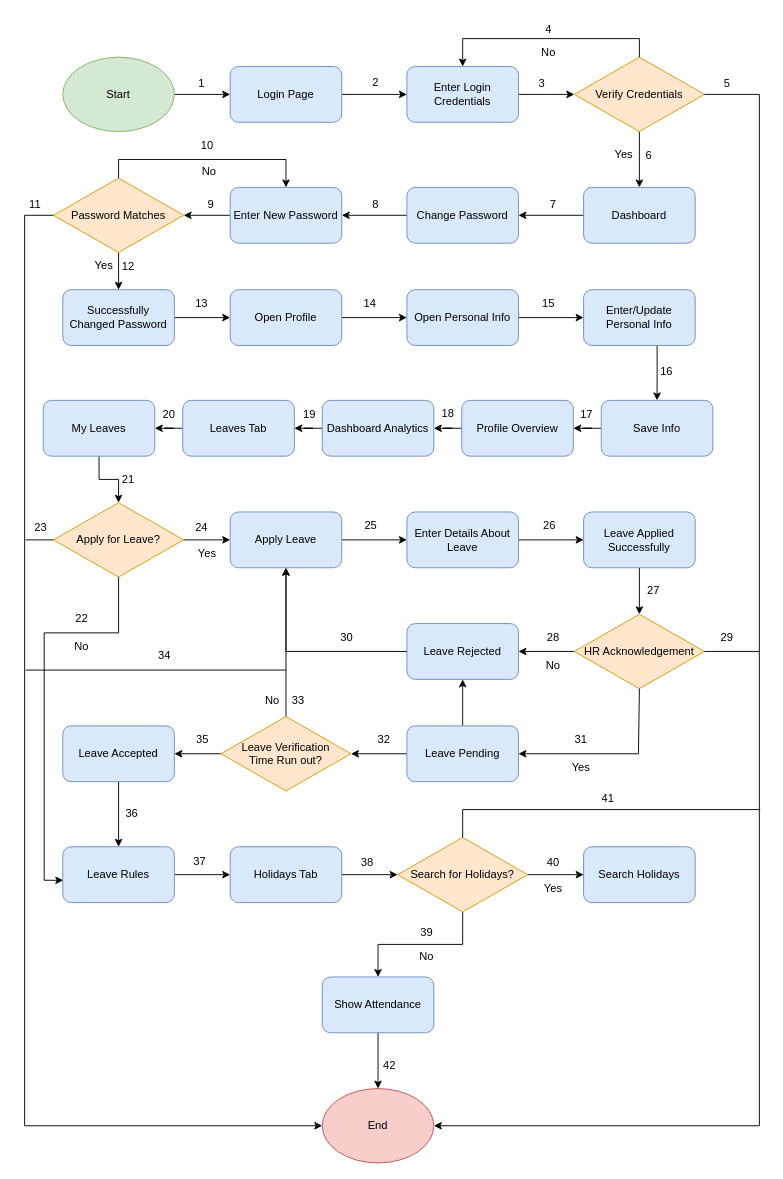
Before: Untitled Diagram.drawio in salman141/SQAProject, a draw.io diagram. Source tidied: cells renumbered, new cells numbered last; positions are measured from the earlier drawing's top-left corner, leaving out a move shared by most shapes. Both pictures are drawn from the tidied source at 93%, with x=0, y=0 at pixel (16, 16).
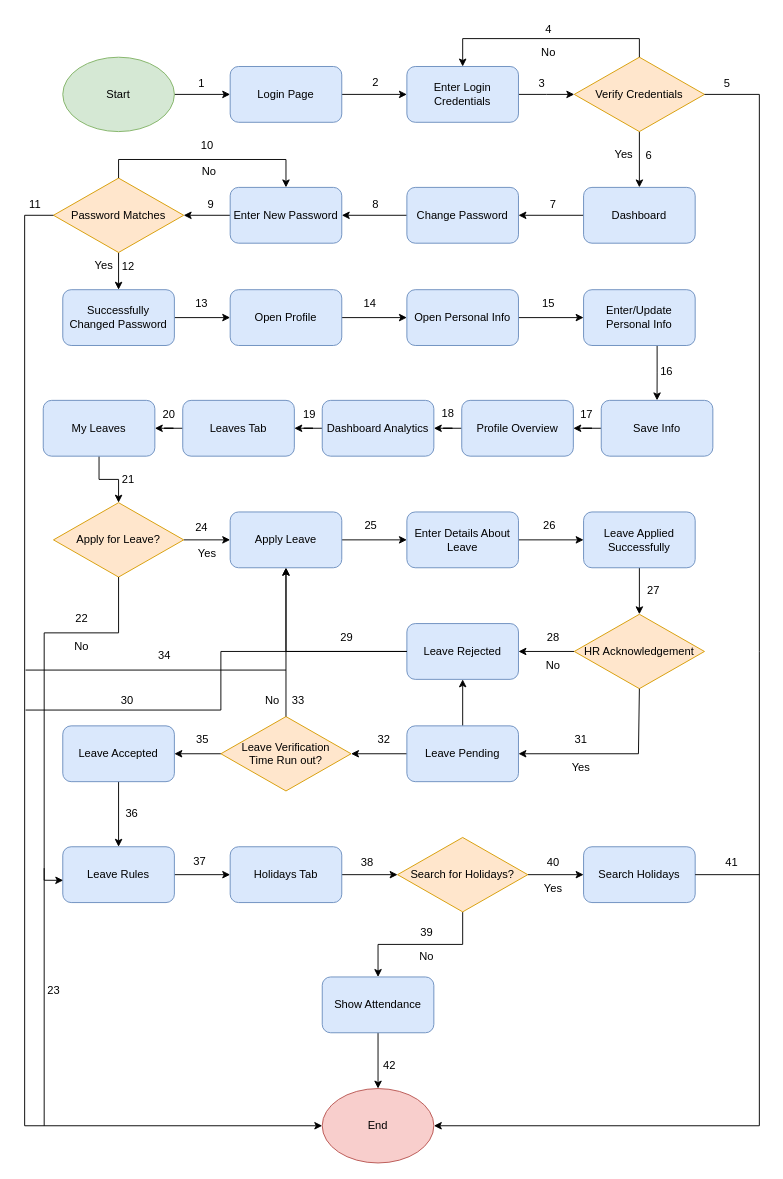
After the change.

Unchanged cells that the change refers to:
```xml
<mxCell id="39" value="Apply for Leave?" style="rhombus;whiteSpace=wrap;html=1;fillColor=#ffe6cc;strokeColor=#d79b00;" parent="1" vertex="1">
  <mxGeometry x="40" y="523" width="140" height="80" as="geometry" />
</mxCell>
<mxCell id="47" value="HR Acknowledgement" style="rhombus;whiteSpace=wrap;html=1;fillColor=#ffe6cc;strokeColor=#d79b00;" parent="1" vertex="1">
  <mxGeometry x="600" y="643" width="140" height="80" as="geometry" />
</mxCell>
<mxCell id="48" value="Leave Rejected" style="rounded=1;whiteSpace=wrap;html=1;fillColor=#dae8fc;strokeColor=#6c8ebf;" parent="1" vertex="1">
  <mxGeometry x="420" y="653" width="120" height="60" as="geometry" />
</mxCell>
<mxCell id="67" value="Search for Holidays?" style="rhombus;whiteSpace=wrap;html=1;fillColor=#ffe6cc;strokeColor=#d79b00;" parent="1" vertex="1">
  <mxGeometry x="410" y="883" width="140" height="80" as="geometry" />
</mxCell>
<mxCell id="68" value="Search Holidays" style="rounded=1;whiteSpace=wrap;html=1;fillColor=#dae8fc;strokeColor=#6c8ebf;" parent="1" vertex="1">
  <mxGeometry x="610" y="893" width="120" height="60" as="geometry" />
</mxCell>
<mxCell id="73" value="End" style="ellipse;whiteSpace=wrap;html=1;fillColor=#f8cecc;strokeColor=#b85450;" parent="1" vertex="1">
  <mxGeometry x="329" y="1153" width="120" height="80" as="geometry" />
</mxCell>
```

What changed in the source:
```diff
@@
-    <mxCell id="72" style="endArrow=classic;html=1;rounded=0;entryX=1;entryY=0.5;entryDx=0;entryDy=0;exitX=1;exitY=0.5;exitDx=0;exitDy=0;" parent="1" edge="1" source="47" target="73">
+    <mxCell id="72" style="endArrow=classic;html=1;rounded=0;entryX=1;entryY=0.5;entryDx=0;entryDy=0;" parent="1" edge="1" target="73">
       <mxGeometry relative="1" as="geometry">
+        <mxPoint x="799" y="683" as="sourcePoint" />
         <Array as="points">
           <mxPoint x="799" y="683" />
           <mxPoint x="799" y="1193" />
         </Array>
       </mxGeometry>
     </mxCell>
@@
-    <mxCell id="76" style="endArrow=none;html=1;rounded=0;exitX=0.5;exitY=0;exitDx=0;exitDy=0;" parent="1" edge="1" source="67">
-      <mxGeometry relative="1" as="geometry">
-        <mxPoint x="800" y="853" as="targetPoint" />
-        <Array as="points">
-          <mxPoint x="480" y="853" />
-        </Array>
-      </mxGeometry>
-    </mxCell>
@@
     <mxCell id="100" value="23" style="text;html=1;align=center;verticalAlign=middle;strokeColor=none;fillColor=none;" parent="1" vertex="1">
-      <mxGeometry x="6" y="535" width="40" height="30" as="geometry" />
+      <mxGeometry x="20" y="1033" width="40" height="30" as="geometry" />
     </mxCell>
@@
-    <mxCell id="103" style="endArrow=none;html=1;rounded=0;entryX=0;entryY=0.5;entryDx=0;entryDy=0;" parent="1" edge="1" target="39">
-      <mxGeometry relative="1" as="geometry">
-        <mxPoint x="10" y="563" as="sourcePoint" />
-      </mxGeometry>
-    </mxCell>
@@
-    <mxCell id="109" value="29" style="text;html=1;align=center;verticalAlign=middle;strokeColor=none;fillColor=none;" parent="1" vertex="1">
-      <mxGeometry x="744" y="653" width="40" height="30" as="geometry" />
+    <mxCell id="109" value="31" style="text;html=1;align=center;verticalAlign=middle;strokeColor=none;fillColor=none;" parent="1" vertex="1">
+      <mxGeometry x="587" y="763" width="40" height="30" as="geometry" />
     </mxCell>
@@
-    <mxCell id="113" value="31" style="text;html=1;align=center;verticalAlign=middle;strokeColor=none;fillColor=none;" parent="1" vertex="1">
-      <mxGeometry x="587" y="763" width="40" height="30" as="geometry" />
+    <mxCell id="113" value="30" style="text;html=1;align=center;verticalAlign=middle;strokeColor=none;fillColor=none;" parent="1" vertex="1">
+      <mxGeometry x="99" y="721" width="40" height="30" as="geometry" />
     </mxCell>
@@
-    <mxCell id="115" value="30" style="text;html=1;align=center;verticalAlign=middle;strokeColor=none;fillColor=none;" parent="1" vertex="1">
+    <mxCell id="115" value="29" style="text;html=1;align=center;verticalAlign=middle;strokeColor=none;fillColor=none;" parent="1" vertex="1">
       <mxGeometry x="335" y="653" width="40" height="30" as="geometry" />
     </mxCell>
@@
     <mxCell id="128" value="41" style="text;html=1;align=center;verticalAlign=middle;strokeColor=none;fillColor=none;" parent="1" vertex="1">
-      <mxGeometry x="616" y="826" width="40" height="30" as="geometry" />
+      <mxGeometry x="749" y="895" width="40" height="30" as="geometry" />
     </mxCell>
@@
+    <mxCell id="130" style="endArrow=none;html=1;rounded=0;exitX=1;exitY=0.5;exitDx=0;exitDy=0;" parent="1" edge="1" source="68">
+      <mxGeometry relative="1" as="geometry">
+        <mxPoint x="799" y="923" as="targetPoint" />
+      </mxGeometry>
+    </mxCell>
+    <mxCell id="131" style="endArrow=none;html=1;rounded=0;" parent="1" edge="1">
+      <mxGeometry relative="1" as="geometry">
+        <mxPoint x="30" y="916" as="sourcePoint" />
+        <mxPoint x="30" y="1193" as="targetPoint" />
+      </mxGeometry>
+    </mxCell>
+    <mxCell id="132" style="endArrow=none;html=1;rounded=0;entryX=0;entryY=0.5;entryDx=0;entryDy=0;" parent="1" edge="1" target="48">
+      <mxGeometry relative="1" as="geometry">
+        <mxPoint x="10" y="746" as="sourcePoint" />
+        <Array as="points">
+          <mxPoint x="220" y="746" />
+          <mxPoint x="220" y="683" />
+        </Array>
+      </mxGeometry>
+    </mxCell>
```
